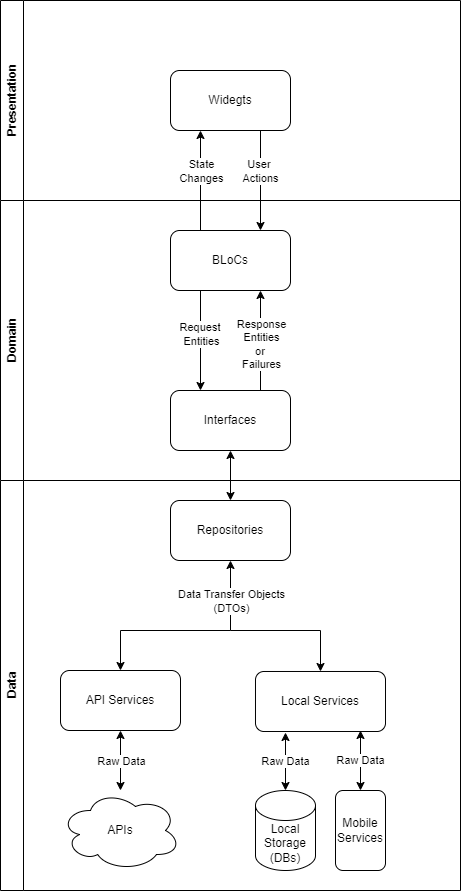
Above: screenshots/diagram.png in Arnooodles/domain_driven_bloc (draw.io), before the change. Source tidied: cells renumbered, new cells last; positions are measured from the earlier drawing's top-left corner, leaving out a move shared by most shapes.
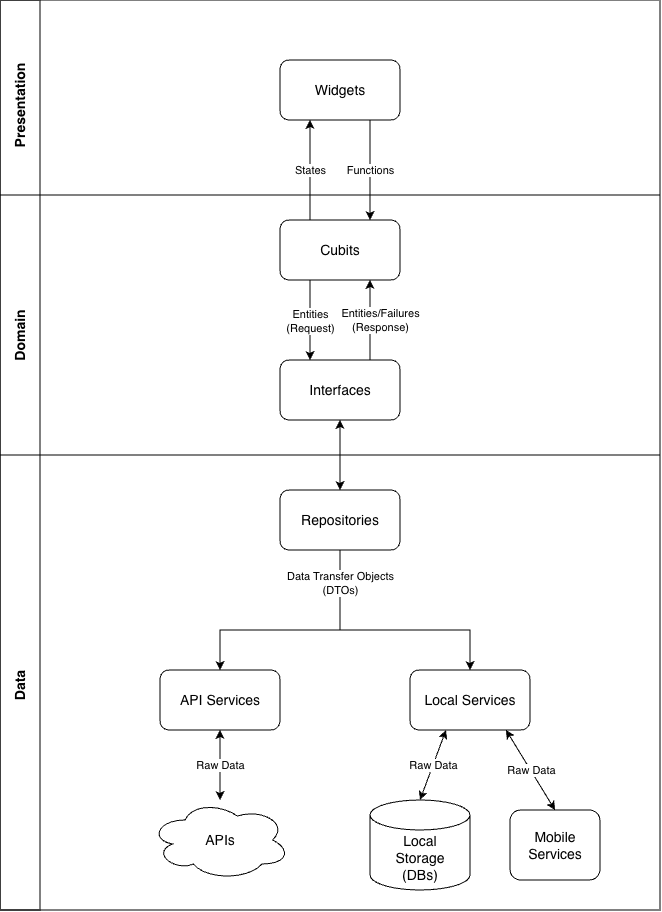
Above is the later version.

What changed in the source:
```diff
@@ -2,117 +2,102 @@
   <root>
     <mxCell id="0" />
     <mxCell id="1" parent="0" />
-    <mxCell id="2" style="endArrow=classic;html=1;rounded=0;entryX=0.5;entryY=0;entryDx=0;entryDy=0;" parent="1" edge="1" target="4">
-      <mxGeometry relative="1" as="geometry">
-        <mxPoint x="230" y="630" as="sourcePoint" />
-        <Array as="points">
-          <mxPoint x="320" y="630" />
-        </Array>
-      </mxGeometry>
-    </mxCell>
+    <mxCell id="30" style="rounded=0;whiteSpace=wrap;html=1;fillColor=none;" parent="1" vertex="1">
+      <mxGeometry x="-90" y="-800" width="40" height="910" as="geometry" />
+    </mxCell>
+    <mxCell id="31" style="rounded=0;whiteSpace=wrap;html=1;fillColor=none;" parent="1" vertex="1">
+      <mxGeometry x="-90" y="-800" width="660" height="910" as="geometry" />
+    </mxCell>
+    <mxCell id="23" value="Presentation" style="text;html=1;strokeColor=none;fillColor=none;align=center;verticalAlign=middle;whiteSpace=wrap;rotation=270;fontSize=14;fontStyle=1;" parent="1" vertex="1">
+      <mxGeometry x="-120" y="-710" width="100" height="30" as="geometry" />
+    </mxCell>
+    <mxCell id="16" value="Domain" style="text;html=1;strokeColor=none;fillColor=none;align=center;verticalAlign=middle;whiteSpace=wrap;rotation=270;fontSize=14;fontStyle=1;" parent="1" vertex="1">
+      <mxGeometry x="-120" y="-480" width="100" height="30" as="geometry" />
+    </mxCell>
-    <mxCell id="3" value="Data" style="swimlane;horizontal=0;whiteSpace=wrap;html=1;" parent="1" vertex="1">
-      <mxGeometry y="480" width="460" height="410" as="geometry" />
+    <mxCell id="3" value="Data" style="text;html=1;strokeColor=none;fillColor=none;align=center;verticalAlign=middle;whiteSpace=wrap;rotation=270;fontSize=14;fontStyle=1;" parent="1" vertex="1">
+      <mxGeometry x="-120" y="-130" width="100" height="30" as="geometry" />
     </mxCell>
+    <mxCell id="32" style="line;strokeWidth=1;html=1;" parent="1" vertex="1">
+      <mxGeometry x="-90" y="-610" width="660" height="10" as="geometry" />
+    </mxCell>
+    <mxCell id="33" style="line;strokeWidth=1;html=1;" parent="1" vertex="1">
+      <mxGeometry x="-90" y="-350" width="660" height="10" as="geometry" />
+    </mxCell>
+    <mxCell id="34" value="Widgets" style="rounded=1;whiteSpace=wrap;html=1;fontSize=14;" parent="1" vertex="1">
+      <mxGeometry x="190" y="-740" width="120" height="60" as="geometry" />
+    </mxCell>
+    <mxCell id="35" value="Cubits" style="rounded=1;whiteSpace=wrap;html=1;fontSize=14;" parent="1" vertex="1">
+      <mxGeometry x="190" y="-580" width="120" height="60" as="geometry" />
+    </mxCell>
+    <mxCell id="17" value="Interfaces" style="rounded=1;whiteSpace=wrap;html=1;fontSize=14;" parent="1" vertex="1">
+      <mxGeometry x="190" y="-440" width="120" height="60" as="geometry" />
+    </mxCell>
+    <mxCell id="13" value="Repositories" style="rounded=1;whiteSpace=wrap;html=1;fontSize=14;" parent="1" vertex="1">
+      <mxGeometry x="190" y="-310" width="120" height="60" as="geometry" />
+    </mxCell>
+    <mxCell id="5" value="API Services" style="rounded=1;whiteSpace=wrap;html=1;fontSize=14;" parent="1" vertex="1">
+      <mxGeometry x="70" y="-130" width="120" height="60" as="geometry" />
+    </mxCell>
-    <mxCell id="4" value="Local Services" style="rounded=1;whiteSpace=wrap;html=1;arcSize=14;" parent="3" vertex="1">
-      <mxGeometry x="255" y="191" width="130" height="60" as="geometry" />
+    <mxCell id="4" value="Local Services" style="rounded=1;whiteSpace=wrap;html=1;fontSize=14;" parent="1" vertex="1">
+      <mxGeometry x="320" y="-130" width="120" height="60" as="geometry" />
     </mxCell>
-    <mxCell id="5" value="API Services" style="rounded=1;whiteSpace=wrap;html=1;" parent="3" vertex="1">
-      <mxGeometry x="60" y="190" width="120" height="60" as="geometry" />
-    </mxCell>
+    <mxCell id="7" value="APIs" style="ellipse;shape=cloud;whiteSpace=wrap;html=1;fontSize=14;" parent="1" vertex="1">
+      <mxGeometry x="60" width="140" height="80" as="geometry" />
+    </mxCell>
-    <mxCell id="6" value="Local Storage&lt;br&gt;(DBs)" style="shape=cylinder3;whiteSpace=wrap;html=1;boundedLbl=1;backgroundOutline=1;size=15;" parent="3" vertex="1">
-      <mxGeometry x="255" y="310" width="60" height="80" as="geometry" />
+    <mxCell id="6" value="Local&#10;Storage&#10;(DBs)" style="shape=cylinder3;whiteSpace=wrap;html=1;boundedLbl=1;backgroundOutline=1;size=15;fontSize=14;" parent="1" vertex="1">
+      <mxGeometry x="280" width="100" height="90" as="geometry" />
     </mxCell>
-    <mxCell id="7" value="APIs" style="ellipse;shape=cloud;whiteSpace=wrap;html=1;" parent="3" vertex="1">
-      <mxGeometry x="60" y="310" width="120" height="80" as="geometry" />
-    </mxCell>
-    <mxCell id="8" style="endArrow=classic;startArrow=classic;html=1;rounded=0;entryX=0.5;entryY=1;entryDx=0;entryDy=0;" parent="3" edge="1" source="7" target="5">
-      <mxGeometry relative="1" as="geometry" />
-    </mxCell>
-    <mxCell id="9" value="Raw Data" style="edgeLabel;html=1;align=center;verticalAlign=middle;" parent="8" vertex="1">
-      <mxGeometry x="-0.33" relative="1" as="geometry">
-        <mxPoint y="-10" as="offset" />
-      </mxGeometry>
-    </mxCell>
-    <mxCell id="10" value="Raw Data" style="endArrow=classic;startArrow=classic;html=1;rounded=0;exitX=0.5;exitY=0;exitDx=0;exitDy=0;exitPerimeter=0;" parent="3" edge="1" source="6">
-      <mxGeometry relative="1" as="geometry">
-        <mxPoint x="285" y="252" as="targetPoint" />
-      </mxGeometry>
-    </mxCell>
-    <mxCell id="11" value="Mobile&lt;br&gt;Services" style="rounded=1;whiteSpace=wrap;html=1;" parent="3" vertex="1">
-      <mxGeometry x="335" y="310" width="50" height="80" as="geometry" />
+    <mxCell id="11" value="Mobile&#10;Services" style="rounded=1;whiteSpace=wrap;html=1;fontSize=14;" parent="1" vertex="1">
+      <mxGeometry x="420" y="10" width="90" height="70" as="geometry" />
     </mxCell>
-    <mxCell id="12" value="Raw Data" style="endArrow=classic;startArrow=classic;html=1;rounded=0;exitX=0.5;exitY=0;exitDx=0;exitDy=0;" parent="3" edge="1" source="11">
-      <mxGeometry relative="1" as="geometry">
-        <mxPoint x="360" y="250" as="targetPoint" />
-      </mxGeometry>
-    </mxCell>
-    <mxCell id="13" value="Repositories" style="rounded=1;whiteSpace=wrap;html=1;" parent="3" vertex="1">
-      <mxGeometry x="170" y="20" width="120" height="60" as="geometry" />
-    </mxCell>
-    <mxCell id="14" style="endArrow=classic;startArrow=classic;html=1;rounded=0;exitX=0.5;exitY=0;exitDx=0;exitDy=0;entryX=0.5;entryY=1;entryDx=0;entryDy=0;" parent="3" edge="1" source="5" target="13">
-      <mxGeometry relative="1" as="geometry">
-        <Array as="points">
-          <mxPoint x="120" y="150" />
-          <mxPoint x="230" y="150" />
-        </Array>
-      </mxGeometry>
-    </mxCell>
+    <mxCell id="36" value="States" style="endArrow=classic;html=1;fontSize=11;exitX=0.25;exitY=0;exitDx=0;exitDy=0;entryX=0.25;entryY=1;entryDx=0;entryDy=0;" parent="1" edge="1" source="35" target="34">
+      <mxGeometry relative="1" as="geometry" />
+    </mxCell>
+    <mxCell id="37" value="Functions" style="endArrow=classic;html=1;entryX=0.75;entryY=0;fontSize=11;exitX=0.75;exitY=1;exitDx=0;exitDy=0;entryDx=0;entryDy=0;" parent="1" edge="1" source="34" target="35">
+      <mxGeometry relative="1" as="geometry" />
+    </mxCell>
+    <mxCell id="38" style="endArrow=classic;startArrow=classic;html=1;exitX=0.5;exitY=1;entryX=0.5;entryY=0;" parent="1" edge="1" source="17" target="13">
+      <mxGeometry relative="1" as="geometry" />
+    </mxCell>
-    <mxCell id="15" value="Data Transfer Objects&lt;br&gt;(DTOs)" style="edgeLabel;html=1;align=center;verticalAlign=middle;" parent="14" vertex="1">
-      <mxGeometry x="-0.16" y="-2" relative="1" as="geometry">
-        <mxPoint x="58" y="-32" as="offset" />
+    <mxCell id="15" value="Data Transfer Objects&#10;(DTOs)" style="endArrow=classic;html=1;exitX=0.5;exitY=1;fontSize=11;exitDx=0;exitDy=0;entryX=0.5;entryY=0;entryDx=0;entryDy=0;rounded=0;curved=0;" parent="1" edge="1" source="13" target="5">
+      <mxGeometry x="-0.72" relative="1" as="geometry">
+        <Array as="points">
+          <mxPoint x="250" y="-170" />
+          <mxPoint x="130" y="-170" />
+        </Array>
       </mxGeometry>
     </mxCell>
-    <mxCell id="16" value="Domain" style="swimlane;horizontal=0;whiteSpace=wrap;html=1;" parent="1" vertex="1">
-      <mxGeometry y="200" width="460" height="280" as="geometry" />
-    </mxCell>
-    <mxCell id="17" value="Interfaces" style="rounded=1;whiteSpace=wrap;html=1;" parent="16" vertex="1">
-      <mxGeometry x="170" y="190" width="120" height="60" as="geometry" />
-    </mxCell>
-    <mxCell id="18" value="BLoCs" style="rounded=1;whiteSpace=wrap;html=1;" parent="16" vertex="1">
-      <mxGeometry x="170" y="30" width="120" height="60" as="geometry" />
-    </mxCell>
-    <mxCell id="19" style="endArrow=classic;html=1;rounded=0;entryX=0.75;entryY=1;entryDx=0;entryDy=0;exitX=0.75;exitY=0;exitDx=0;exitDy=0;" parent="16" edge="1" source="17" target="18">
-      <mxGeometry relative="1" as="geometry" />
-    </mxCell>
-    <mxCell id="20" value="Response&lt;br&gt;Entities&lt;br&gt;or&amp;nbsp;&lt;br&gt;Failures" style="edgeLabel;html=1;align=center;verticalAlign=middle;" parent="19" vertex="1">
-      <mxGeometry x="0.39" y="-3" relative="1" as="geometry">
-        <mxPoint x="-3" y="22" as="offset" />
-      </mxGeometry>
-    </mxCell>
-    <mxCell id="21" style="endArrow=classic;html=1;rounded=0;exitX=0.25;exitY=1;exitDx=0;exitDy=0;entryX=0.25;entryY=0;entryDx=0;entryDy=0;" parent="16" edge="1" source="18" target="17">
-      <mxGeometry relative="1" as="geometry" />
-    </mxCell>
-    <mxCell id="22" value="Request&amp;nbsp;&lt;br&gt;Entities" style="edgeLabel;html=1;align=center;verticalAlign=middle;" parent="21" vertex="1">
-      <mxGeometry x="-0.33" relative="1" as="geometry">
-        <mxPoint y="10" as="offset" />
-      </mxGeometry>
-    </mxCell>
-    <mxCell id="23" value="Presentation" style="swimlane;horizontal=0;whiteSpace=wrap;html=1;" parent="1" vertex="1">
-      <mxGeometry width="460" height="200" as="geometry" />
-    </mxCell>
-    <mxCell id="24" value="Widegts" style="rounded=1;whiteSpace=wrap;html=1;" parent="23" vertex="1">
-      <mxGeometry x="170" y="70" width="120" height="60" as="geometry" />
-    </mxCell>
-    <mxCell id="25" style="endArrow=classic;html=1;rounded=0;entryX=0.25;entryY=1;entryDx=0;entryDy=0;exitX=0.25;exitY=0;exitDx=0;exitDy=0;" parent="1" edge="1" target="24">
-      <mxGeometry relative="1" as="geometry">
-        <mxPoint x="200" y="230" as="sourcePoint" />
-      </mxGeometry>
-    </mxCell>
-    <mxCell id="26" value="State &lt;br&gt;Changes" style="edgeLabel;html=1;align=center;verticalAlign=middle;" parent="25" vertex="1">
-      <mxGeometry x="-0.24" relative="1" as="geometry">
-        <mxPoint y="-22" as="offset" />
-      </mxGeometry>
-    </mxCell>
-    <mxCell id="27" style="endArrow=classic;html=1;rounded=0;entryX=0.75;entryY=0;entryDx=0;entryDy=0;exitX=0.75;exitY=1;exitDx=0;exitDy=0;" parent="1" edge="1" source="24" target="18">
-      <mxGeometry relative="1" as="geometry" />
-    </mxCell>
-    <mxCell id="28" value="User&amp;nbsp;&lt;br&gt;Actions" style="edgeLabel;html=1;align=center;verticalAlign=middle;" parent="27" vertex="1">
-      <mxGeometry x="-0.33" y="-1" relative="1" as="geometry">
-        <mxPoint y="7" as="offset" />
-      </mxGeometry>
-    </mxCell>
-    <mxCell id="29" style="endArrow=classic;startArrow=classic;html=1;rounded=0;exitX=0.5;exitY=0;exitDx=0;exitDy=0;entryX=0.5;entryY=1;entryDx=0;entryDy=0;" parent="1" edge="1" source="13" target="17">
-      <mxGeometry relative="1" as="geometry" />
-    </mxCell>
+    <mxCell id="39" style="endArrow=classic;html=1;fontSize=11;rounded=0;curved=0;" parent="1" edge="1" target="4">
+      <mxGeometry relative="1" as="geometry">
+        <mxPoint x="250" y="-170" as="sourcePoint" />
+        <Array as="points">
+          <mxPoint x="240" y="-170" />
+          <mxPoint x="250" y="-170" />
+          <mxPoint x="380" y="-170" />
+        </Array>
+      </mxGeometry>
+    </mxCell>
+    <mxCell id="40" value="Raw Data" style="endArrow=classic;startArrow=classic;html=1;exitX=0.5;exitY=1;entryX=0.5;entryY=0;fontSize=11;" parent="1" edge="1" source="5" target="7">
+      <mxGeometry relative="1" as="geometry" />
+    </mxCell>
+    <mxCell id="41" value="Raw Data" style="endArrow=classic;startArrow=classic;html=1;exitX=0.3;exitY=1;entryX=0.5;entryY=0;fontSize=11;" parent="1" edge="1" source="4" target="6">
+      <mxGeometry relative="1" as="geometry" />
+    </mxCell>
+    <mxCell id="42" value="Raw Data" style="endArrow=classic;startArrow=classic;html=1;exitX=0.8;exitY=1;entryX=0.5;entryY=0;fontSize=11;entryDx=0;entryDy=0;" parent="1" edge="1" source="4" target="11">
+      <mxGeometry relative="1" as="geometry" />
+    </mxCell>
+    <mxCell id="43" value="Entities/Failures&lt;br&gt;(Response)" style="endArrow=none;startArrow=classic;html=1;exitX=0.5;exitY=1;exitDx=0;exitDy=0;endFill=0;entryX=0.75;entryY=0;entryDx=0;entryDy=0;" parent="1" edge="1" target="17">
+      <mxGeometry y="10" relative="1" as="geometry">
+        <mxPoint x="280" y="-520" as="sourcePoint" />
+      </mxGeometry>
+    </mxCell>
+    <mxCell id="44" style="endArrow=classic;html=1;rounded=0;entryX=0.25;entryY=0;entryDx=0;entryDy=0;exitX=0.25;exitY=1;exitDx=0;exitDy=0;" parent="1" edge="1" source="35" target="17">
+      <mxGeometry relative="1" as="geometry" />
+    </mxCell>
+    <mxCell id="45" value="Entities&lt;br&gt;(Request)" style="edgeLabel;html=1;align=center;verticalAlign=middle;" parent="44" vertex="1">
+      <mxGeometry x="-0.06" relative="1" as="geometry">
+        <mxPoint y="3" as="offset" />
+      </mxGeometry>
+    </mxCell>
   </root>
 </mxGraphModel>
```
